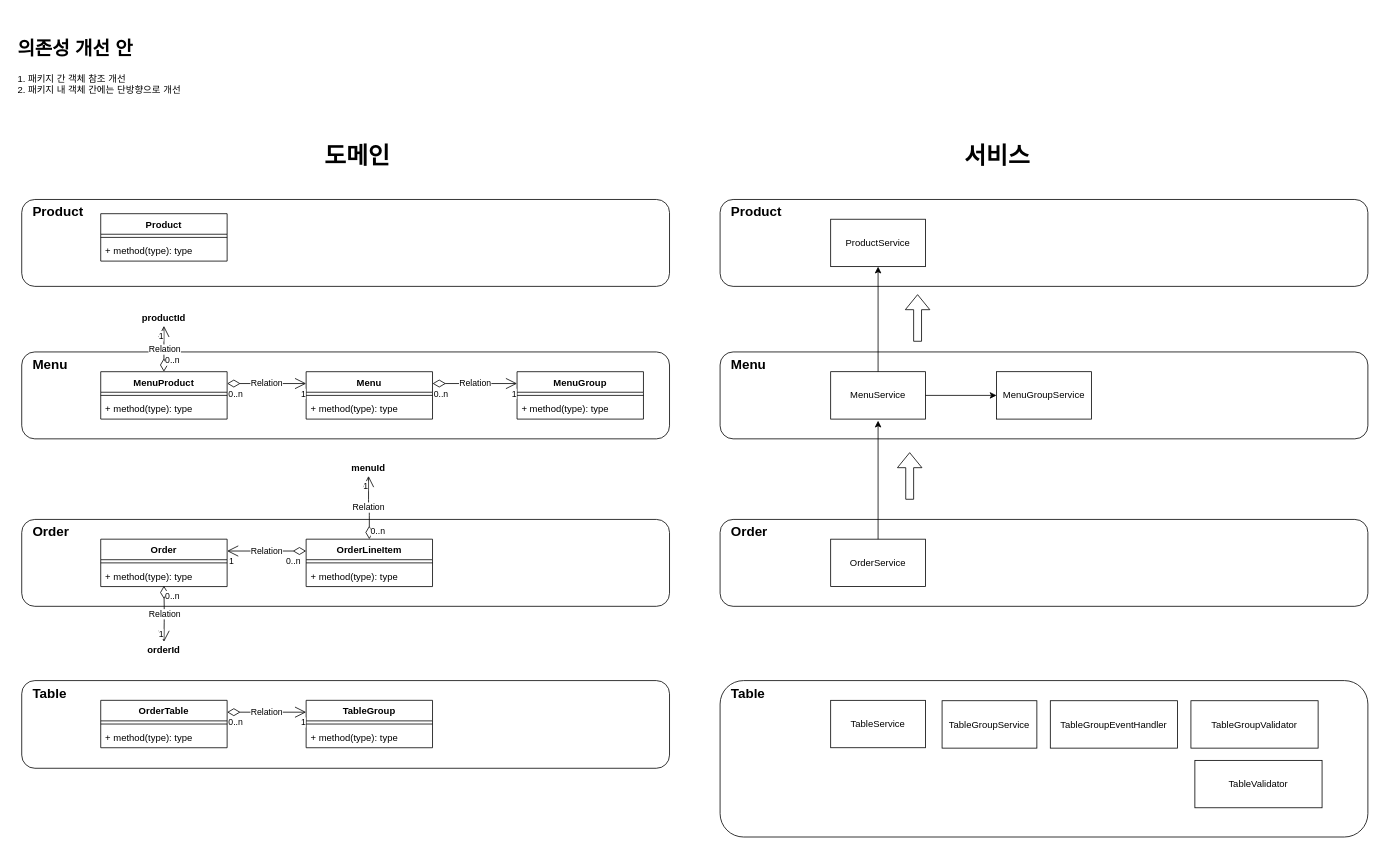
This is page "의존성 개선 안" (2 of 2) of docs/의존성_정리.drawio from next-step/jwp-refactoring, a draw.io file, before an edit. Source tidied: cells renumbered, new cells numbered last; positions are measured from the earlier drawing's top-left corner, leaving out a move shared by most shapes. Both pictures are drawn from the tidied source at 79%, with x=0, y=0 at pixel (13, 25).
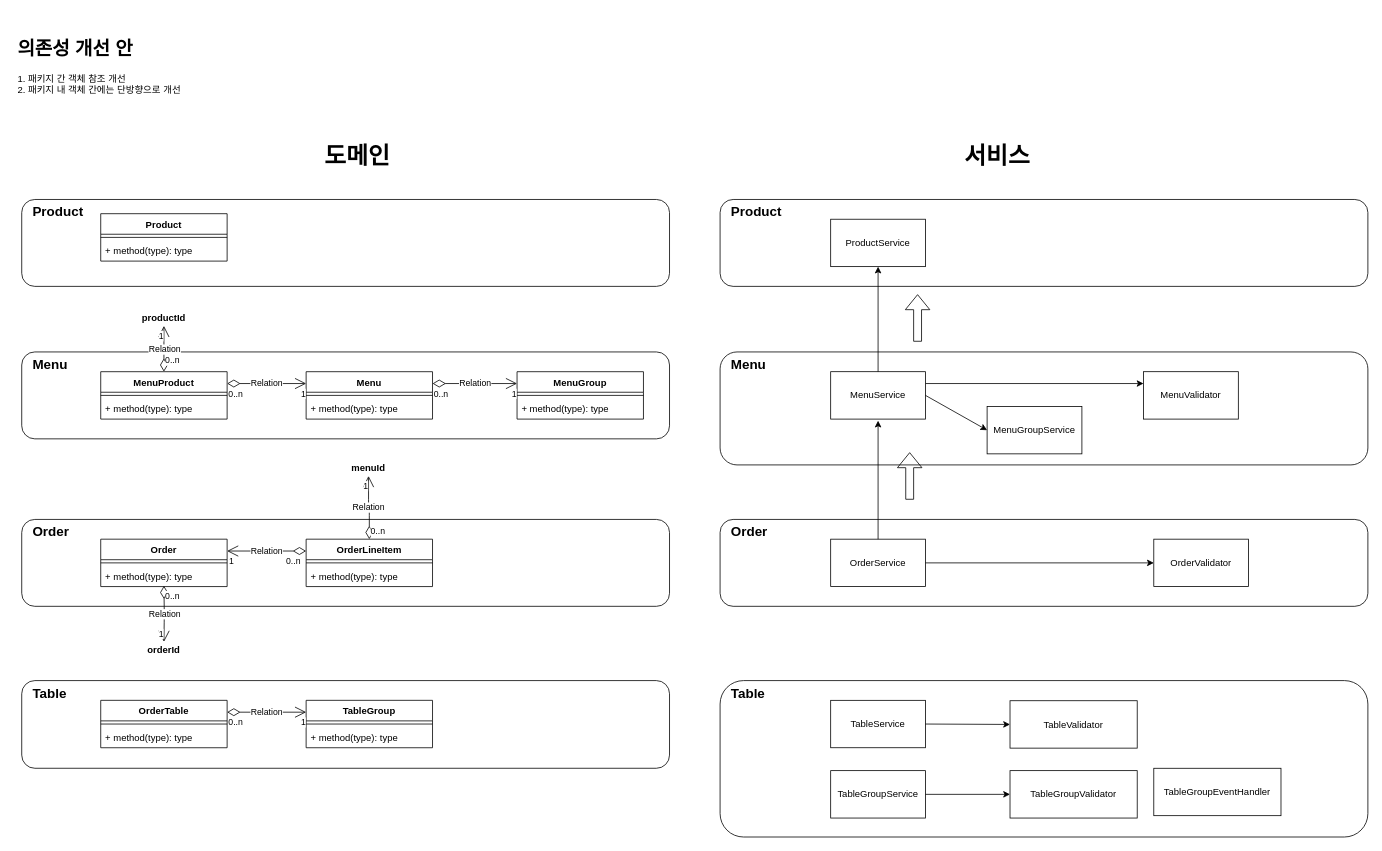
After the change.

Unchanged cells that the change refers to:
```xml
<mxCell id="62" value="MenuService" style="rounded=0;whiteSpace=wrap;html=1;fontSize=12;fontColor=#000000;align=center;verticalAlign=middle;" parent="1" vertex="1">
  <mxGeometry x="1034" y="438" width="120" height="60" as="geometry" />
</mxCell>
<mxCell id="64" value="TableService" style="rounded=0;whiteSpace=wrap;html=1;fontSize=12;fontColor=#000000;align=center;verticalAlign=middle;" parent="1" vertex="1">
  <mxGeometry x="1034" y="854" width="120" height="60" as="geometry" />
</mxCell>
<mxCell id="66" value="OrderService" style="rounded=0;whiteSpace=wrap;html=1;fontSize=12;fontColor=#000000;align=center;verticalAlign=middle;" parent="1" vertex="1">
  <mxGeometry x="1034" y="650" width="120" height="60" as="geometry" />
</mxCell>
```

Diff of the diagram source:
```diff
@@
+    <mxCell id="56" value="&lt;b style=&quot;font-size: 17px;&quot;&gt;Menu&lt;/b&gt;" style="rounded=1;whiteSpace=wrap;html=1;align=left;verticalAlign=top;fontSize=17;fontColor=#000000;spacingLeft=12;" parent="1" vertex="1">
+      <mxGeometry x="894" y="413" width="820" height="143" as="geometry" />
+    </mxCell>
+    <mxCell id="75" style="endArrow=classic;html=1;fontSize=12;fontColor=#000000;exitX=1;exitY=0.25;exitDx=0;exitDy=0;entryX=0;entryY=0.25;entryDx=0;entryDy=0;" parent="1" edge="1" source="62" target="77">
+      <mxGeometry relative="1" as="geometry" />
+    </mxCell>
@@
-    <mxCell id="56" value="&lt;b style=&quot;font-size: 17px;&quot;&gt;Menu&lt;/b&gt;" style="rounded=1;whiteSpace=wrap;html=1;align=left;verticalAlign=top;fontSize=17;fontColor=#000000;spacingLeft=12;" parent="1" vertex="1">
-      <mxGeometry x="894" y="413" width="820" height="110" as="geometry" />
-    </mxCell>
@@
     <mxCell id="63" value="MenuGroupService" style="rounded=0;whiteSpace=wrap;html=1;fontSize=12;fontColor=#000000;align=center;verticalAlign=middle;" parent="1" vertex="1">
-      <mxGeometry x="1244" y="438" width="120" height="60" as="geometry" />
+      <mxGeometry x="1232" y="482" width="120" height="60" as="geometry" />
     </mxCell>
@@
     <mxCell id="65" value="TableGroupService" style="rounded=0;whiteSpace=wrap;html=1;fontSize=12;fontColor=#000000;align=center;verticalAlign=middle;" parent="1" vertex="1">
-      <mxGeometry x="1175" y="854.5" width="120" height="60" as="geometry" />
+      <mxGeometry x="1034" y="943" width="120" height="60" as="geometry" />
     </mxCell>
@@
     <mxCell id="72" value="TableGroupEventHandler" style="rounded=0;whiteSpace=wrap;html=1;fontSize=12;fontColor=#000000;align=center;verticalAlign=middle;" parent="1" vertex="1">
-      <mxGeometry x="1312" y="854.5" width="161" height="60" as="geometry" />
+      <mxGeometry x="1443" y="940" width="161" height="60" as="geometry" />
     </mxCell>
     <mxCell id="73" value="TableGroupValidator" style="rounded=0;whiteSpace=wrap;html=1;fontSize=12;fontColor=#000000;align=center;verticalAlign=middle;" parent="1" vertex="1">
-      <mxGeometry x="1490" y="854.5" width="161" height="60" as="geometry" />
+      <mxGeometry x="1261" y="943" width="161" height="60" as="geometry" />
     </mxCell>
     <mxCell id="74" value="TableValidator" style="rounded=0;whiteSpace=wrap;html=1;fontSize=12;fontColor=#000000;align=center;verticalAlign=middle;" parent="1" vertex="1">
-      <mxGeometry x="1495" y="930" width="161" height="60" as="geometry" />
+      <mxGeometry x="1261" y="854.5" width="161" height="60" as="geometry" />
     </mxCell>
+    <mxCell id="76" value="OrderValidator" style="rounded=0;whiteSpace=wrap;html=1;fontSize=12;fontColor=#000000;align=center;verticalAlign=middle;" parent="1" vertex="1">
+      <mxGeometry x="1443" y="650" width="120" height="60" as="geometry" />
+    </mxCell>
+    <mxCell id="77" value="MenuValidator" style="rounded=0;whiteSpace=wrap;html=1;fontSize=12;fontColor=#000000;align=center;verticalAlign=middle;" parent="1" vertex="1">
+      <mxGeometry x="1430" y="438" width="120" height="60" as="geometry" />
+    </mxCell>
+    <mxCell id="78" style="endArrow=classic;html=1;fontSize=12;fontColor=#000000;exitX=1;exitY=0.5;exitDx=0;exitDy=0;entryX=0;entryY=0.5;entryDx=0;entryDy=0;" parent="1" edge="1" source="66" target="76">
+      <mxGeometry relative="1" as="geometry" />
+    </mxCell>
+    <mxCell id="79" style="endArrow=classic;html=1;fontSize=12;fontColor=#000000;exitX=1;exitY=0.5;exitDx=0;exitDy=0;entryX=0;entryY=0.5;entryDx=0;entryDy=0;" parent="1" edge="1" source="64" target="74">
+      <mxGeometry relative="1" as="geometry" />
+    </mxCell>
+    <mxCell id="80" style="endArrow=classic;html=1;fontSize=12;fontColor=#000000;exitX=1;exitY=0.5;exitDx=0;exitDy=0;entryX=0;entryY=0.5;entryDx=0;entryDy=0;" parent="1" edge="1" source="65" target="73">
+      <mxGeometry relative="1" as="geometry" />
+    </mxCell>
```
